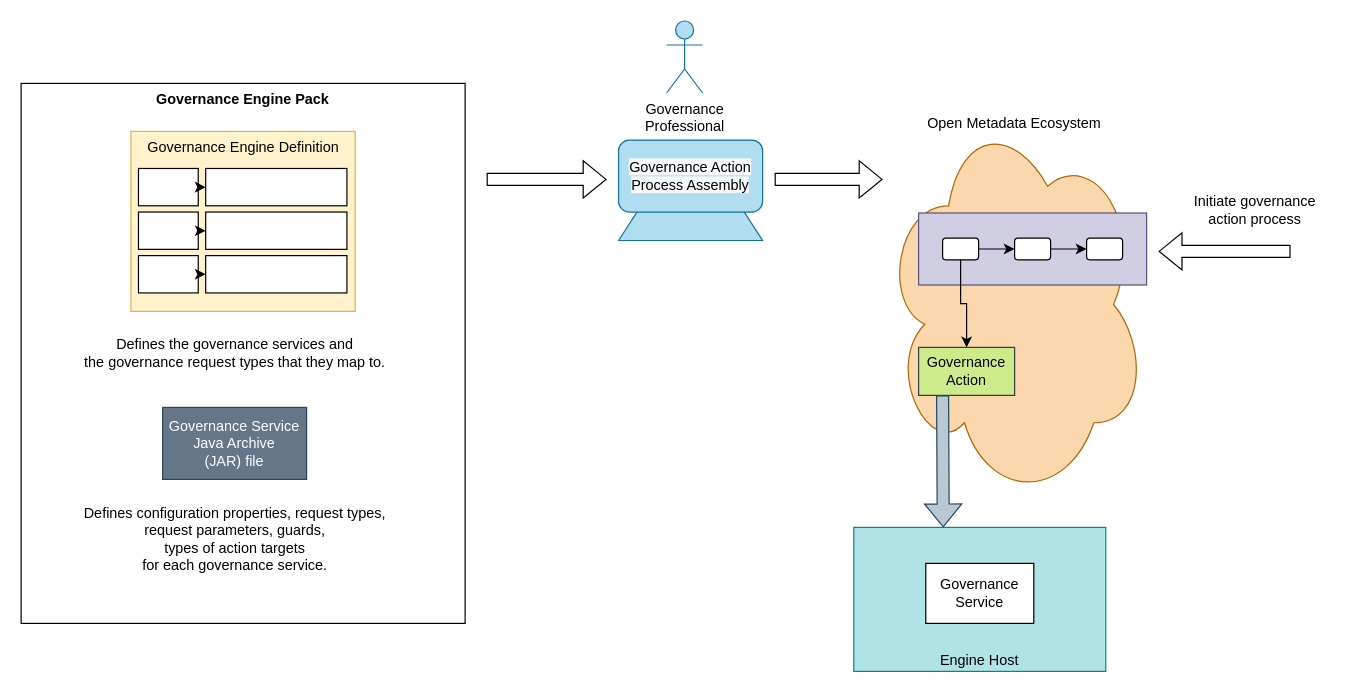
Earlier version of the draw.io diagram page "governance-action-process-lifecycle" (5 of 6) of site/docs/concepts/governance-engines.drawio (odpi/egeria-docs). Source tidied: cells renumbered, new cells numbered last; positions are measured from the earlier drawing's top-left corner, leaving out a move shared by most shapes. Both pictures are drawn from the tidied source at 120%, with x=0, y=0 at pixel (20, 20).
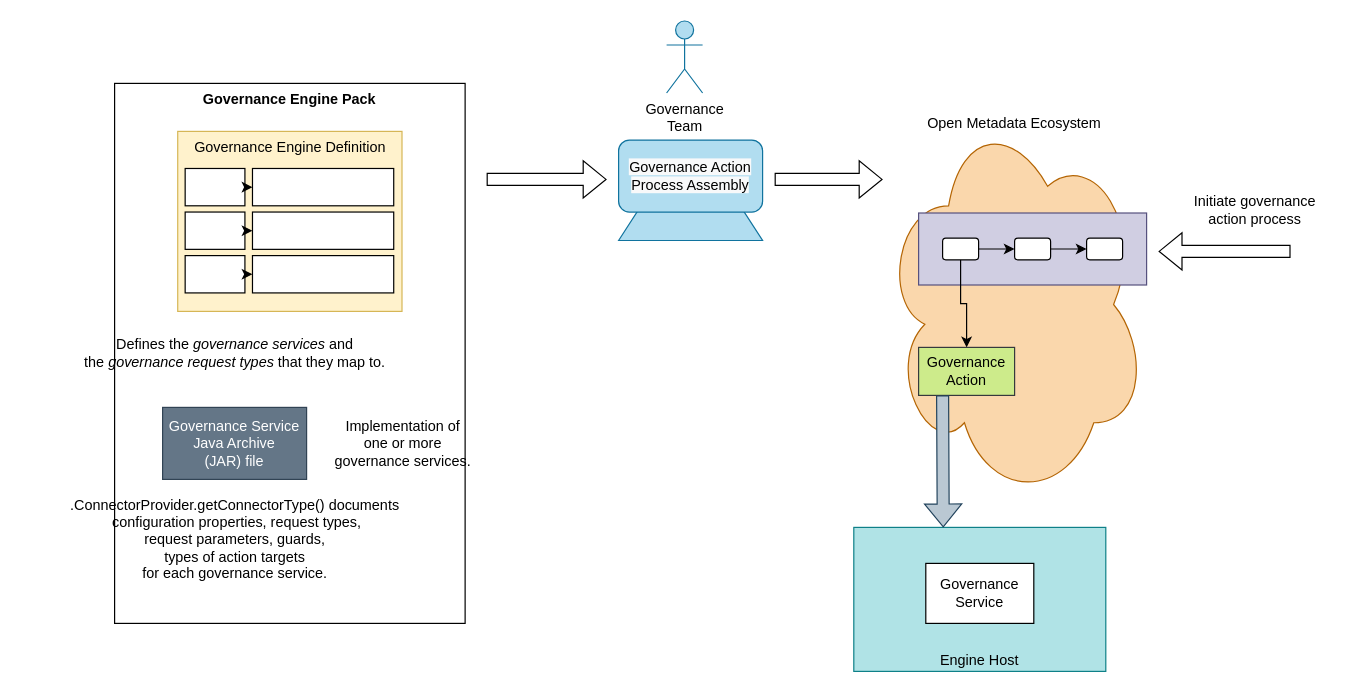
Above is the later version.

Change to the diagram source:
```diff
@@
     <mxCell id="3" value="Governance Engine Pack" style="rounded=0;whiteSpace=wrap;html=1;verticalAlign=top;fontStyle=1;" parent="1" vertex="1">
-      <mxGeometry x="0.1" y="52" width="370" height="450" as="geometry" />
+      <mxGeometry x="78" y="52" width="292.1" height="450" as="geometry" />
     </mxCell>
     <mxCell id="4" value="Governance Engine Definition" style="rounded=0;whiteSpace=wrap;html=1;verticalAlign=top;fillColor=#fff2cc;strokeColor=#d6b656;" parent="1" vertex="1">
-      <mxGeometry x="91.6" y="92" width="186.9" height="150" as="geometry" />
+      <mxGeometry x="130.6" y="92" width="186.9" height="150" as="geometry" />
     </mxCell>
     <mxCell id="5" style="rounded=0;whiteSpace=wrap;html=1;" parent="1" vertex="1">
-      <mxGeometry x="153.9" y="122.9" width="117.7" height="31.1" as="geometry" />
+      <mxGeometry x="192.9" y="122.9" width="117.7" height="31.1" as="geometry" />
     </mxCell>
     <mxCell id="6" style="rounded=0;whiteSpace=wrap;html=1;align=center;" parent="1" vertex="1">
-      <mxGeometry x="97.9" y="122.9" width="49.8" height="31.1" as="geometry" />
+      <mxGeometry x="136.8" y="122.9" width="49.8" height="31.1" as="geometry" />
     </mxCell>
     <mxCell id="7" style="rounded=0;whiteSpace=wrap;html=1;" parent="1" vertex="1">
-      <mxGeometry x="153.9" y="159.2" width="117.7" height="31.1" as="geometry" />
+      <mxGeometry x="192.9" y="159.2" width="117.7" height="31.1" as="geometry" />
     </mxCell>
     <mxCell id="8" style="rounded=0;whiteSpace=wrap;html=1;align=center;" parent="1" vertex="1">
-      <mxGeometry x="97.9" y="159.2" width="49.8" height="31.1" as="geometry" />
+      <mxGeometry x="136.8" y="159.2" width="49.8" height="31.1" as="geometry" />
     </mxCell>
     <mxCell id="9" style="rounded=0;whiteSpace=wrap;html=1;" parent="1" vertex="1">
-      <mxGeometry x="153.9" y="195.5" width="117.7" height="31.1" as="geometry" />
+      <mxGeometry x="192.9" y="195.5" width="117.7" height="31.1" as="geometry" />
     </mxCell>
     <mxCell id="10" style="rounded=0;whiteSpace=wrap;html=1;align=center;" parent="1" vertex="1">
-      <mxGeometry x="97.9" y="195.5" width="49.8" height="31.1" as="geometry" />
+      <mxGeometry x="136.8" y="195.5" width="49.8" height="31.1" as="geometry" />
     </mxCell>
     <mxCell id="11" style="edgeStyle=orthogonalEdgeStyle;rounded=0;jettySize=auto;html=1;exitX=1;exitY=0.5;exitDx=0;exitDy=0;entryX=0;entryY=0.5;entryDx=0;entryDy=0;startArrow=none;startFill=0;endArrow=classic;endFill=1;fontColor=#000000;" parent="1" edge="1" source="6" target="5">
-      <mxGeometry x="143.6" y="265" as="geometry" />
+      <mxGeometry x="182.6" y="265" as="geometry" />
     </mxCell>
     <mxCell id="12" style="edgeStyle=orthogonalEdgeStyle;rounded=0;jettySize=auto;html=1;exitX=1;exitY=0.5;exitDx=0;exitDy=0;entryX=0;entryY=0.5;entryDx=0;entryDy=0;startArrow=none;startFill=0;endArrow=classic;endFill=1;fontColor=#000000;" parent="1" edge="1" source="8" target="7">
-      <mxGeometry x="143.6" y="265" as="geometry" />
+      <mxGeometry x="182.6" y="265" as="geometry" />
     </mxCell>
     <mxCell id="13" style="edgeStyle=orthogonalEdgeStyle;rounded=0;jettySize=auto;html=1;exitX=1;exitY=0.5;exitDx=0;exitDy=0;entryX=0;entryY=0.5;entryDx=0;entryDy=0;startArrow=none;startFill=0;endArrow=classic;endFill=1;fontColor=#000000;" parent="1" edge="1" source="10" target="9">
-      <mxGeometry x="143.6" y="265" as="geometry" />
+      <mxGeometry x="182.6" y="265" as="geometry" />
     </mxCell>
-    <mxCell id="14" value="Defines the governance services and&lt;br&gt;the governance request types that they map to." style="text;html=1;align=center;verticalAlign=middle;strokeColor=none;fillColor=none;" parent="1" vertex="1">
-      <mxGeometry x="43" y="262" width="270" height="30" as="geometry" />
+    <mxCell id="14" value="Defines the &lt;i&gt;governance services&lt;/i&gt; and&lt;br&gt;the &lt;i&gt;governance request types&lt;/i&gt; that they map to." style="text;html=1;align=center;verticalAlign=middle;strokeColor=none;fillColor=none;" parent="1" vertex="1">
+      <mxGeometry x="43" y="257" width="270" height="40" as="geometry" />
     </mxCell>
@@
-    <mxCell id="16" value="Defines configuration properties, request types,&lt;br&gt;request parameters, guards,&lt;br&gt;types of action targets&lt;br&gt;for each governance service." style="text;html=1;align=center;verticalAlign=middle;strokeColor=none;fillColor=none;" parent="1" vertex="1">
-      <mxGeometry x="43" y="402" width="270" height="60" as="geometry" />
+    <mxCell id="16" value=".ConnectorProvider.getConnectorType() documents&lt;br&gt;&amp;nbsp;configuration properties, request types,&lt;br&gt;request parameters, guards,&lt;br&gt;types of action targets&lt;br&gt;for each governance service." style="text;html=1;align=center;verticalAlign=middle;strokeColor=none;fillColor=none;" parent="1" vertex="1">
+      <mxGeometry x="28" y="387" width="300" height="90" as="geometry" />
     </mxCell>
@@
-    <mxCell id="34" value="Governance&lt;br&gt;Professional" style="shape=umlActor;verticalLabelPosition=bottom;verticalAlign=top;html=1;fillColor=#b1ddf0;strokeColor=#10739e;" parent="1" vertex="1">
+    <mxCell id="34" value="Governance&lt;br&gt;Team" style="shape=umlActor;verticalLabelPosition=bottom;verticalAlign=top;html=1;fillColor=#b1ddf0;strokeColor=#10739e;" parent="1" vertex="1">
       <mxGeometry x="538" width="30" height="60" as="geometry" />
     </mxCell>
+    <mxCell id="35" value="Implementation of&lt;br&gt;one or more&lt;br&gt;governance services." style="text;html=1;align=center;verticalAlign=middle;strokeColor=none;fillColor=none;" parent="1" vertex="1">
+      <mxGeometry x="248" y="322" width="140" height="60" as="geometry" />
+    </mxCell>
```
